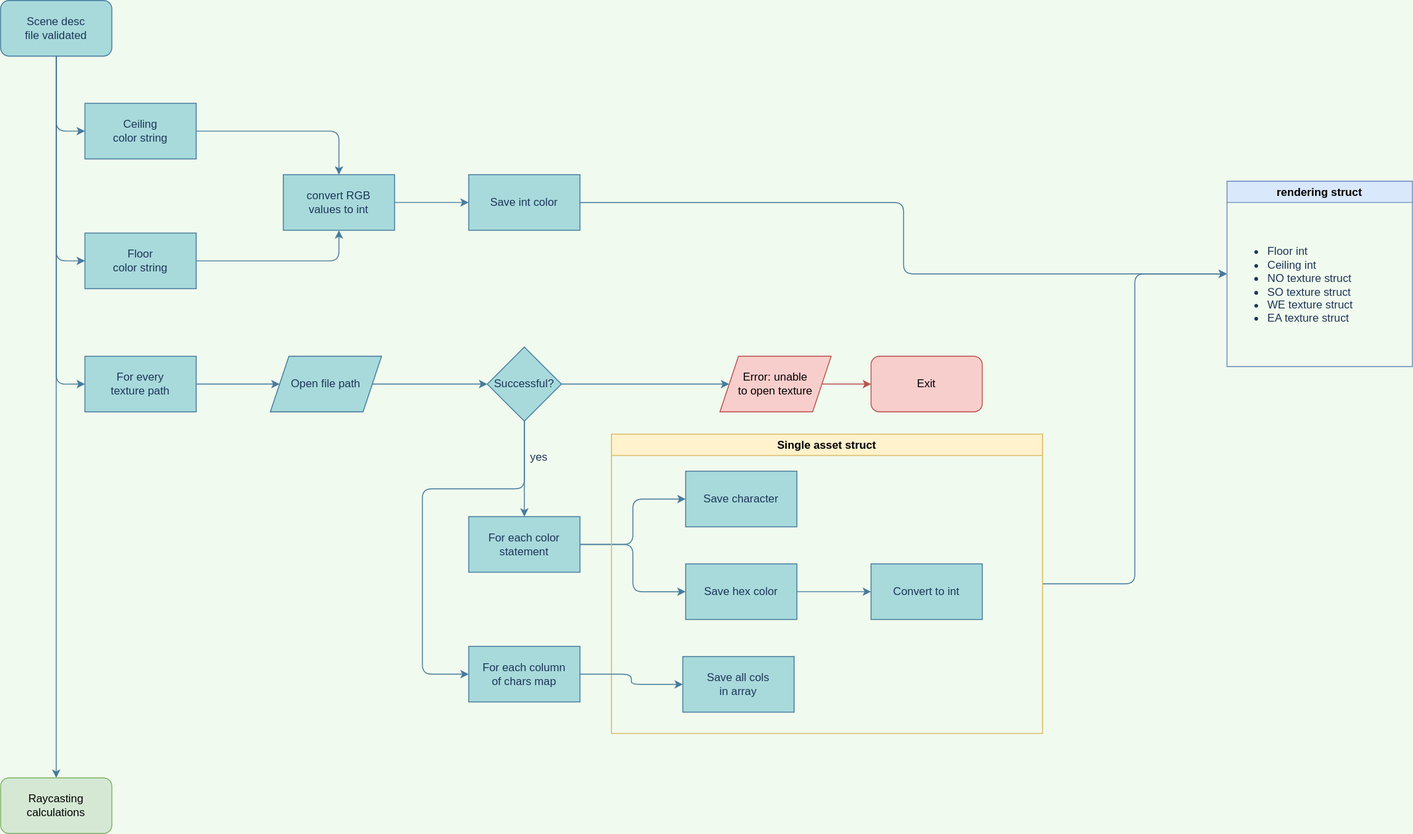
nicolasgasco/42_cub3d keeps this draw.io diagram as flowcharts/post_validation_data_manip.svg. Above is the earlier version. Source tidied: cells renumbered, new cells last; positions are measured from the earlier drawing's top-left corner, leaving out a move shared by most shapes.
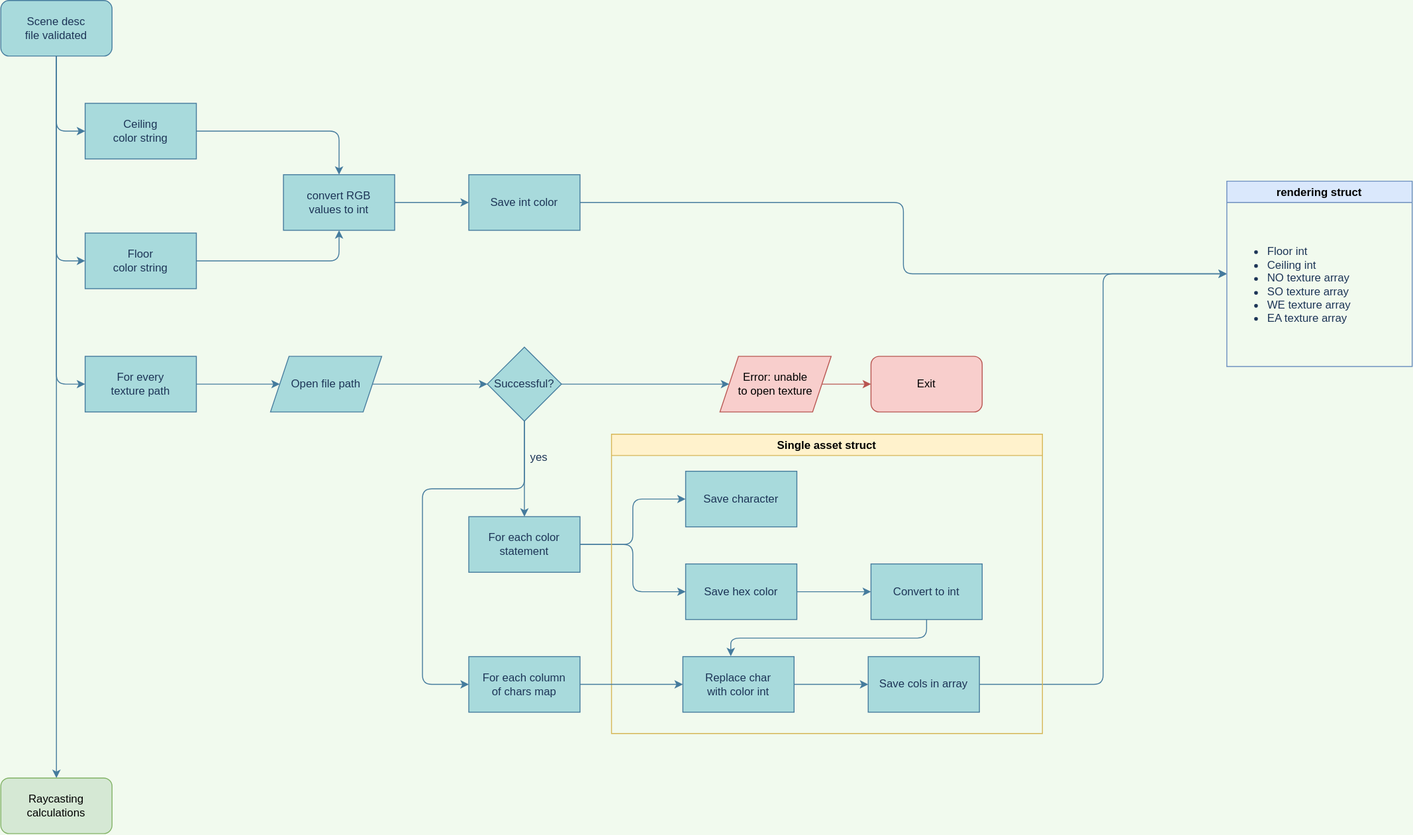
After the change.

Diff of the diagram source:
```diff
@@ -71,23 +71,31 @@
     <mxCell id="24" value="Save hex color" style="whiteSpace=wrap;html=1;fillColor=#A8DADC;strokeColor=#457B9D;fontColor=#1D3557;rounded=0;sketch=0;" parent="1" vertex="1">
       <mxGeometry x="739" y="608" width="120" height="60" as="geometry" />
     </mxCell>
+    <mxCell id="42" style="edgeStyle=orthogonalEdgeStyle;curved=0;rounded=1;sketch=0;jettySize=auto;html=1;entryX=0.431;entryY=-0.008;entryDx=0;entryDy=0;entryPerimeter=0;fontColor=#1D3557;strokeColor=#457B9D;fillColor=#A8DADC;" parent="1" edge="1" source="25" target="28">
+      <mxGeometry relative="1" as="geometry">
+        <Array as="points">
+          <mxPoint x="999" y="688" />
+          <mxPoint x="788" y="688" />
+        </Array>
+      </mxGeometry>
+    </mxCell>
     <mxCell id="25" value="Convert to int" style="whiteSpace=wrap;html=1;fillColor=#A8DADC;strokeColor=#457B9D;fontColor=#1D3557;rounded=0;sketch=0;" parent="1" vertex="1">
       <mxGeometry x="939" y="608" width="120" height="60" as="geometry" />
     </mxCell>
-    <mxCell id="26" style="edgeStyle=orthogonalEdgeStyle;curved=0;rounded=1;sketch=0;jettySize=auto;html=1;entryX=0;entryY=0.5;entryDx=0;entryDy=0;fontColor=#1D3557;strokeColor=#457B9D;fillColor=#A8DADC;" parent="1" edge="1" source="27" target="39">
+    <mxCell id="26" style="edgeStyle=orthogonalEdgeStyle;curved=0;rounded=1;sketch=0;jettySize=auto;html=1;entryX=0;entryY=0.5;entryDx=0;entryDy=0;fontColor=#1D3557;strokeColor=#457B9D;fillColor=#A8DADC;exitX=1;exitY=0.5;exitDx=0;exitDy=0;" parent="1" edge="1" source="43" target="39">
       <mxGeometry relative="1" as="geometry" />
     </mxCell>
     <mxCell id="27" value="Single asset struct" style="swimlane;rounded=0;sketch=0;strokeColor=#d6b656;fillColor=#fff2cc;" parent="1" vertex="1">
       <mxGeometry x="659" y="468" width="465" height="323" as="geometry" />
     </mxCell>
-    <mxCell id="28" value="Save all cols&lt;br&gt;in array" style="whiteSpace=wrap;html=1;fillColor=#A8DADC;strokeColor=#457B9D;fontColor=#1D3557;rounded=0;sketch=0;" parent="27" vertex="1">
+    <mxCell id="28" value="Replace char&lt;br&gt;with color int" style="whiteSpace=wrap;html=1;fillColor=#A8DADC;strokeColor=#457B9D;fontColor=#1D3557;rounded=0;sketch=0;" parent="27" vertex="1">
       <mxGeometry x="77" y="240" width="120" height="60" as="geometry" />
     </mxCell>
     <mxCell id="29" style="edgeStyle=orthogonalEdgeStyle;curved=0;rounded=1;sketch=0;jettySize=auto;html=1;fontColor=#1D3557;strokeColor=#457B9D;fillColor=#A8DADC;" parent="1" edge="1" source="30" target="28">
       <mxGeometry relative="1" as="geometry" />
     </mxCell>
     <mxCell id="30" value="For each column&lt;br&gt;of chars map" style="whiteSpace=wrap;html=1;fillColor=#A8DADC;strokeColor=#457B9D;fontColor=#1D3557;rounded=0;sketch=0;" parent="1" vertex="1">
-      <mxGeometry x="505" y="697" width="120" height="60" as="geometry" />
+      <mxGeometry x="505" y="708" width="120" height="60" as="geometry" />
     </mxCell>
     <mxCell id="31" style="edgeStyle=orthogonalEdgeStyle;curved=0;rounded=1;sketch=0;jettySize=auto;html=1;entryX=0.5;entryY=0;entryDx=0;entryDy=0;fontColor=#1D3557;strokeColor=#457B9D;fillColor=#A8DADC;" parent="1" edge="1" source="34" target="21">
       <mxGeometry relative="1" as="geometry" />
@@ -97,7 +105,7 @@
         <Array as="points">
           <mxPoint x="565" y="527" />
           <mxPoint x="455" y="527" />
-          <mxPoint x="455" y="727" />
+          <mxPoint x="455" y="738" />
         </Array>
       </mxGeometry>
     </mxCell>
@@ -122,11 +130,17 @@
     <mxCell id="39" value="rendering struct" style="swimlane;rounded=0;sketch=0;strokeColor=#6c8ebf;fillColor=#dae8fc;" parent="1" vertex="1">
       <mxGeometry x="1323" y="195" width="200" height="200" as="geometry" />
     </mxCell>
-    <mxCell id="40" value="&lt;ul&gt;&lt;li&gt;Floor int&lt;/li&gt;&lt;li&gt;Ceiling int&lt;/li&gt;&lt;li&gt;NO texture struct&lt;/li&gt;&lt;li&gt;SO texture struct&lt;/li&gt;&lt;li&gt;WE texture struct&lt;/li&gt;&lt;li&gt;EA texture struct&lt;/li&gt;&lt;/ul&gt;" style="text;html=1;strokeColor=none;fillColor=none;align=left;verticalAlign=middle;whiteSpace=wrap;rounded=0;sketch=0;fontColor=#1D3557;" parent="39" vertex="1">
+    <mxCell id="40" value="&lt;ul&gt;&lt;li&gt;Floor int&lt;/li&gt;&lt;li&gt;Ceiling int&lt;/li&gt;&lt;li&gt;NO texture array&lt;/li&gt;&lt;li&gt;SO texture array&lt;/li&gt;&lt;li&gt;WE texture array&lt;/li&gt;&lt;li&gt;EA texture array&lt;/li&gt;&lt;/ul&gt;" style="text;html=1;strokeColor=none;fillColor=none;align=left;verticalAlign=middle;whiteSpace=wrap;rounded=0;sketch=0;fontColor=#1D3557;" parent="39" vertex="1">
       <mxGeometry x="2" y="26" width="196" height="171" as="geometry" />
     </mxCell>
     <mxCell id="41" value="Raycasting calculations" style="whiteSpace=wrap;html=1;fillColor=#d5e8d4;strokeColor=#82b366;rounded=1;sketch=0;" parent="1" vertex="1">
       <mxGeometry y="839" width="120" height="60" as="geometry" />
     </mxCell>
+    <mxCell id="43" value="Save cols in array" style="whiteSpace=wrap;html=1;fillColor=#A8DADC;strokeColor=#457B9D;fontColor=#1D3557;rounded=0;sketch=0;" parent="1" vertex="1">
+      <mxGeometry x="936" y="708" width="120" height="60" as="geometry" />
+    </mxCell>
+    <mxCell id="44" style="edgeStyle=orthogonalEdgeStyle;curved=0;rounded=1;sketch=0;jettySize=auto;html=1;fontColor=#1D3557;strokeColor=#457B9D;fillColor=#A8DADC;" parent="1" edge="1" source="28" target="43">
+      <mxGeometry relative="1" as="geometry" />
+    </mxCell>
   </root>
 </mxGraphModel>
```
